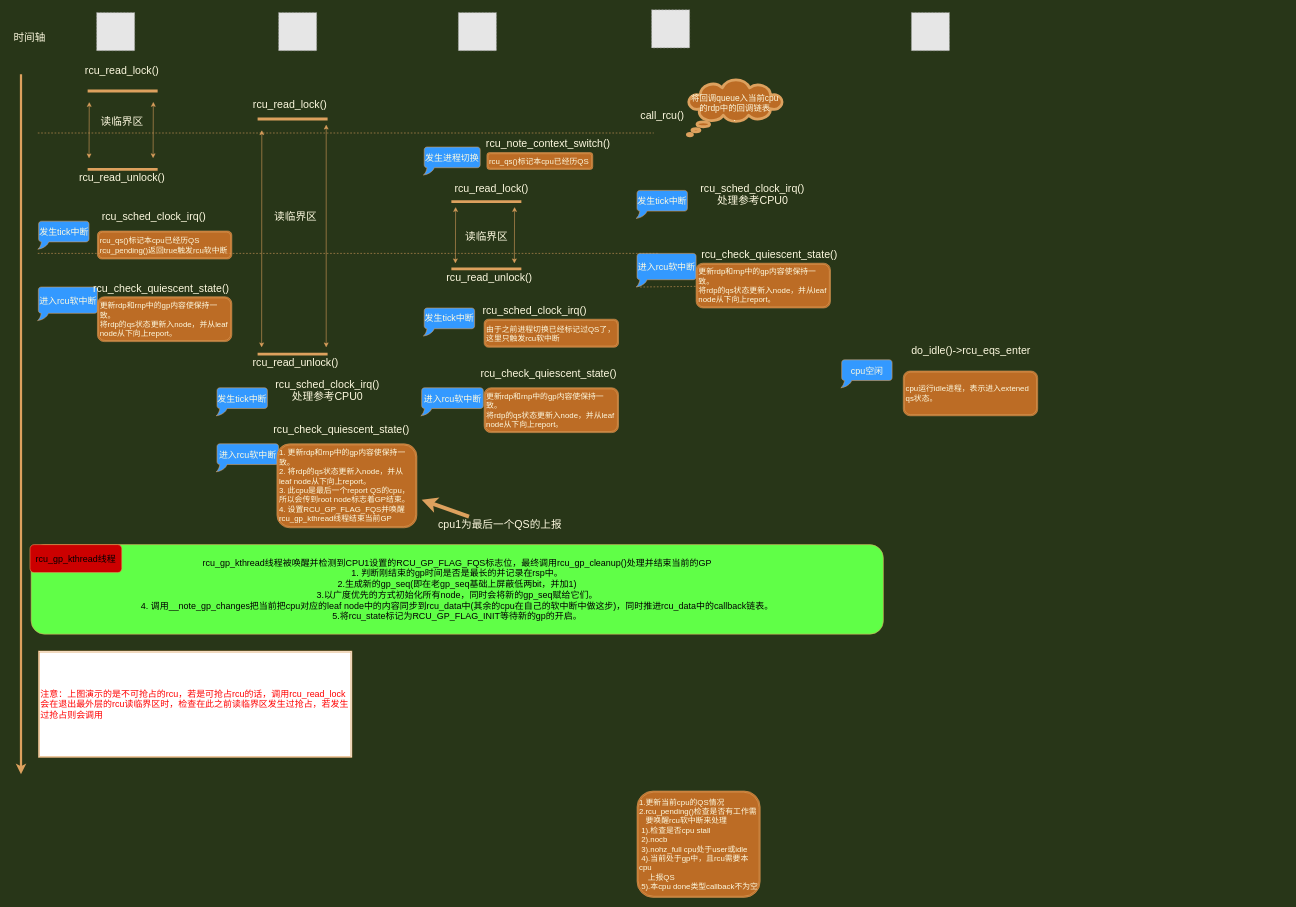
Above: Untitled Diagram.drawio in YanfeiXu/LinuxerYann (draw.io), before the change. Source tidied: cells renumbered, new cells numbered last; positions are measured from the earlier drawing's top-left corner, leaving out a move shared by most shapes. Both pictures are drawn from the tidied source at 56%, with x=0, y=0 at pixel (10, 10). Pictures stored in the file or linked from it are replaced by grey dashed boxes.
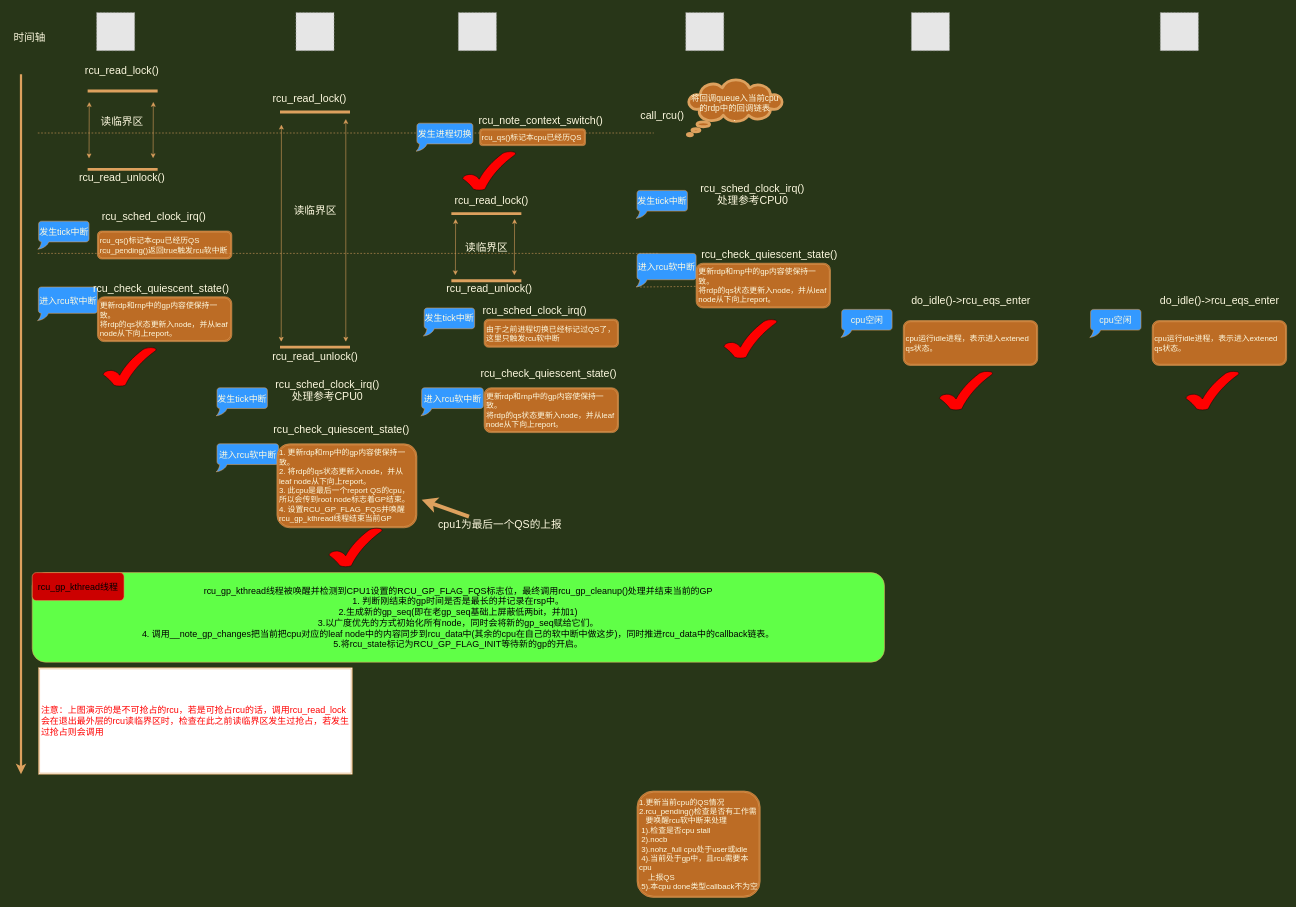
Above is the later version.

Change to the diagram source:
```diff
@@
     <mxCell id="17" style="fillColor=#E6E6E6;strokeColor=#999999;dashed=1;html=1;verticalAlign=top;verticalLabelPosition=bottom;labelBackgroundColor=#ffffff;fontColor=#FEFAE0;align=left;" parent="1" vertex="1">
-      <mxGeometry x="480" y="5" width="68" height="68" as="geometry" />
+      <mxGeometry x="511" y="5" width="68" height="68" as="geometry" />
     </mxCell>
     <mxCell id="18" style="fillColor=#E6E6E6;strokeColor=#999999;dashed=1;html=1;verticalAlign=top;verticalLabelPosition=bottom;labelBackgroundColor=#ffffff;fontColor=#FEFAE0;align=left;" parent="1" vertex="1">
-      <mxGeometry x="1146" width="68" height="68" as="geometry" />
+      <mxGeometry x="1207" y="5" width="68" height="68" as="geometry" />
     </mxCell>
     <mxCell id="19" style="shape=partialRectangle;whiteSpace=wrap;html=1;left=0;right=0;fillColor=none;rounded=0;sketch=0;fontColor=#FEFAE0;strokeColor=#DDA15E;strokeWidth=5;" parent="1" vertex="1">
-      <mxGeometry x="445" y="195" width="120" height="420" as="geometry" />
+      <mxGeometry x="485" y="182.5" width="120" height="420" as="geometry" />
     </mxCell>
     <mxCell id="20" value="读临界区" style="text;html=1;align=center;verticalAlign=middle;fillColor=none;strokeColor=none;rounded=0;sketch=0;fontColor=#FEFAE0;fontSize=19;" parent="1" vertex="1">
-      <mxGeometry x="465" y="355" width="90" height="30" as="geometry" />
+      <mxGeometry x="500" y="345" width="90" height="30" as="geometry" />
     </mxCell>
     <mxCell id="21" value="rcu_read_lock()" style="text;html=1;align=center;verticalAlign=middle;fillColor=none;strokeColor=none;rounded=0;sketch=0;fontColor=#FEFAE0;fontSize=19;" parent="1" vertex="1">
-      <mxGeometry x="425" y="155" width="150" height="30" as="geometry" />
+      <mxGeometry x="460" y="145" width="150" height="30" as="geometry" />
     </mxCell>
     <mxCell id="22" value="rcu_read_unlock()" style="text;html=1;align=center;verticalAlign=middle;fillColor=none;strokeColor=none;rounded=0;sketch=0;fontColor=#FEFAE0;fontSize=19;" parent="1" vertex="1">
-      <mxGeometry x="425" y="615" width="170" height="30" as="geometry" />
+      <mxGeometry x="460" y="605" width="170" height="30" as="geometry" />
     </mxCell>
     <mxCell id="23" style="endArrow=classic;startArrow=classic;html=1;fontColor=#FEFAE0;strokeColor=#DDA15E;fillColor=#BC6C25;" parent="1" edge="1">
       <mxGeometry relative="1" as="geometry">
-        <mxPoint x="449.7" y="602.8" as="sourcePoint" />
-        <mxPoint x="450" y="215" as="targetPoint" />
+        <mxPoint x="484.7" y="592.8" as="sourcePoint" />
+        <mxPoint x="485" y="205" as="targetPoint" />
       </mxGeometry>
     </mxCell>
     <mxCell id="24" style="endArrow=classic;startArrow=classic;html=1;fontColor=#FEFAE0;strokeColor=#DDA15E;fillColor=#BC6C25;" parent="1" edge="1">
       <mxGeometry relative="1" as="geometry">
-        <mxPoint x="565" y="602.8" as="sourcePoint" />
-        <mxPoint x="565" y="205" as="targetPoint" />
+        <mxPoint x="600" y="592.8" as="sourcePoint" />
+        <mxPoint x="600" y="195" as="targetPoint" />
       </mxGeometry>
     </mxCell>
@@
     <mxCell id="28" style="shape=partialRectangle;whiteSpace=wrap;html=1;left=0;right=0;fillColor=none;rounded=0;sketch=0;fontColor=#FEFAE0;strokeColor=#DDA15E;strokeWidth=5;" parent="1" vertex="1">
-      <mxGeometry x="791" y="342.5" width="120" height="120" as="geometry" />
+      <mxGeometry x="791" y="363.8" width="120" height="120" as="geometry" />
     </mxCell>
     <mxCell id="29" value="读临界区" style="text;html=1;align=center;verticalAlign=middle;fillColor=none;strokeColor=none;rounded=0;sketch=0;fontColor=#FEFAE0;fontSize=19;" parent="1" vertex="1">
-      <mxGeometry x="806" y="390" width="90" height="30" as="geometry" />
+      <mxGeometry x="806" y="411.2" width="90" height="30" as="geometry" />
     </mxCell>
     <mxCell id="30" value="rcu_read_lock()" style="text;html=1;align=center;verticalAlign=middle;fillColor=none;strokeColor=none;rounded=0;sketch=0;fontColor=#FEFAE0;fontSize=19;" parent="1" vertex="1">
-      <mxGeometry x="785" y="305" width="150" height="30" as="geometry" />
+      <mxGeometry x="785" y="326.2" width="150" height="30" as="geometry" />
     </mxCell>
     <mxCell id="31" value="rcu_read_unlock()" style="text;html=1;align=center;verticalAlign=middle;fillColor=none;strokeColor=none;rounded=0;sketch=0;fontColor=#FEFAE0;fontSize=19;" parent="1" vertex="1">
-      <mxGeometry x="771" y="462.5" width="170" height="30" as="geometry" />
+      <mxGeometry x="771" y="483.8" width="170" height="30" as="geometry" />
     </mxCell>
     <mxCell id="32" style="endArrow=classic;startArrow=classic;html=1;fontColor=#FEFAE0;strokeColor=#DDA15E;fillColor=#BC6C25;exitX=0.174;exitY=0.018;exitDx=0;exitDy=0;exitPerimeter=0;" parent="1" edge="1">
       <mxGeometry relative="1" as="geometry">
-        <mxPoint x="901" y="452.8" as="sourcePoint" />
-        <mxPoint x="901.4" y="352.2" as="targetPoint" />
+        <mxPoint x="901" y="474" as="sourcePoint" />
+        <mxPoint x="901.4" y="373.5" as="targetPoint" />
       </mxGeometry>
     </mxCell>
     <mxCell id="33" style="endArrow=classic;startArrow=classic;html=1;fontColor=#FEFAE0;strokeColor=#DDA15E;fillColor=#BC6C25;exitX=0.174;exitY=0.018;exitDx=0;exitDy=0;exitPerimeter=0;" parent="1" edge="1">
       <mxGeometry relative="1" as="geometry">
-        <mxPoint x="795.7" y="452.8" as="sourcePoint" />
-        <mxPoint x="796.1" y="352.2" as="targetPoint" />
+        <mxPoint x="795.7" y="474" as="sourcePoint" />
+        <mxPoint x="796.1" y="373.5" as="targetPoint" />
       </mxGeometry>
     </mxCell>
@@
     <mxCell id="42" value="发生进程切换" style="whiteSpace=wrap;html=1;shape=mxgraph.basic.roundRectCallout;dx=7.8;dy=13;size=5;boundedLbl=1;rounded=0;sketch=0;fontColor=#FEFAE0;strokeColor=#DDA15E;fontSize=16;fillColor=#3399FF;" parent="1" vertex="1">
-      <mxGeometry x="740" y="245" width="100" height="50" as="geometry" />
+      <mxGeometry x="727" y="202.5" width="100" height="50" as="geometry" />
     </mxCell>
     <mxCell id="43" value="rcu_note_context_switch()&lt;br&gt;" style="text;html=1;align=center;verticalAlign=middle;fillColor=none;strokeColor=none;rounded=0;sketch=0;fontColor=#FEFAE0;fontSize=19;" parent="1" vertex="1">
-      <mxGeometry x="841" y="225" width="240" height="30" as="geometry" />
+      <mxGeometry x="828" y="182.5" width="240" height="30" as="geometry" />
     </mxCell>
     <mxCell id="44" value="&lt;span style=&quot;font-size: 14px;&quot;&gt;rcu_qs()标记本cpu已经历QS&lt;br style=&quot;font-size: 14px;&quot;&gt;&lt;/span&gt;" style="shape=ext;double=1;rounded=1;whiteSpace=wrap;html=1;sketch=0;fontColor=#FEFAE0;strokeColor=#DDA15E;fillColor=#BC6C25;align=left;fontSize=14;" parent="1" vertex="1">
-      <mxGeometry x="852" y="255" width="189" height="30" as="geometry" />
+      <mxGeometry x="839" y="212.5" width="189" height="30" as="geometry" />
     </mxCell>
@@
     <mxCell id="51" value="&lt;font color=&quot;#000000&quot;&gt;rcu_gp_kthread线程被唤醒并检测到CPU1设置的RCU_GP_FLAG_FQS标志位，最终调用rcu_gp_cleanup()处理并结束当前的GP&lt;br&gt;1. 判断刚结束的gp时间是否是最长的并记录在rsp中。&lt;br&gt;&lt;div&gt;&lt;span&gt;2.生成新的gp_seq(即在老gp_seq基础上屏蔽低两bit，并加1)&lt;/span&gt;&lt;/div&gt;&lt;div&gt;&lt;span&gt;3.以广度优先的方式初始化所有node，同时会将新的gp_seq赋给它们。&lt;/span&gt;&lt;/div&gt;&lt;div&gt;&lt;span&gt;4. 调用__note_gp_changes把当前把cpu对应的leaf node中的内容同步到rcu_data中(其余的cpu在自己的软中断中做这步)，同时推进rcu_data中的callback链表。&lt;/span&gt;&lt;/div&gt;&lt;div&gt;&lt;span&gt;5.将rcu_state标记为RCU_GP_FLAG_INIT等待新的gp的开启。&lt;/span&gt;&lt;/div&gt;&lt;/font&gt;" style="rounded=1;whiteSpace=wrap;html=1;sketch=0;fontSize=16;strokeColor=#DDA15E;align=center;fillColor=#60FF47;fontColor=#33FFFF;" parent="1" vertex="1">
-      <mxGeometry x="38" y="955" width="1522" height="160" as="geometry" />
+      <mxGeometry x="40" y="1005" width="1522" height="160" as="geometry" />
     </mxCell>
     <mxCell id="52" value="&lt;font color=&quot;#000000&quot;&gt;rcu_gp_kthread线程&lt;/font&gt;" style="rounded=1;whiteSpace=wrap;html=1;sketch=0;fontSize=16;strokeColor=#DDA15E;align=center;fontColor=#FF0000;fillColor=#CC0000;" parent="1" vertex="1">
-      <mxGeometry x="36" y="955" width="164" height="50" as="geometry" />
+      <mxGeometry x="40" y="1005" width="164" height="50" as="geometry" />
     </mxCell>
@@
     <mxCell id="58" value="注意：上图演示的是不可抢占的rcu，若是可抢占rcu的话，调用rcu_read_lock会在退出最外层的rcu读临界区时，检查在此之前读临界区发生过抢占，若发生过抢占则会调用" style="shape=ext;double=1;rounded=0;whiteSpace=wrap;html=1;sketch=0;fontSize=16;fontColor=#FF0000;strokeColor=#DDA15E;align=left;fillColor=#FFFFFF;" parent="1" vertex="1">
-      <mxGeometry x="51" y="1145" width="560" height="190" as="geometry" />
+      <mxGeometry x="51.5" y="1175" width="560" height="190" as="geometry" />
     </mxCell>
@@
     <mxCell id="63" value="do_idle()-&amp;gt;rcu_eqs_enter" style="text;html=1;align=center;verticalAlign=middle;fillColor=none;strokeColor=none;rounded=0;sketch=0;fontColor=#FEFAE0;fontSize=19;" parent="1" vertex="1">
-      <mxGeometry x="1600.5" y="595" width="230" height="30" as="geometry" />
+      <mxGeometry x="1600.5" y="505" width="230" height="30" as="geometry" />
     </mxCell>
     <mxCell id="64" value="cpu空闲" style="whiteSpace=wrap;html=1;shape=mxgraph.basic.roundRectCallout;dx=7.8;dy=13;size=5;boundedLbl=1;rounded=0;sketch=0;fontColor=#FEFAE0;strokeColor=#DDA15E;fontSize=16;fillColor=#3399FF;" parent="1" vertex="1">
-      <mxGeometry x="1485.5" y="625" width="90" height="50" as="geometry" />
+      <mxGeometry x="1485.5" y="535" width="90" height="50" as="geometry" />
     </mxCell>
     <mxCell id="65" value="&lt;span style=&quot;font-size: 14px&quot;&gt;cpu运行idle进程，表示进入extened qs状态。&lt;/span&gt;" style="shape=ext;double=1;rounded=1;whiteSpace=wrap;html=1;sketch=0;fontColor=#FEFAE0;strokeColor=#DDA15E;fillColor=#BC6C25;align=left;" parent="1" vertex="1">
-      <mxGeometry x="1595.5" y="645" width="240" height="80" as="geometry" />
+      <mxGeometry x="1595.5" y="555" width="240" height="80" as="geometry" />
     </mxCell>
+    <mxCell id="66" style="fillColor=#E6E6E6;strokeColor=#999999;dashed=1;html=1;verticalAlign=top;verticalLabelPosition=bottom;labelBackgroundColor=#ffffff;fontColor=#FEFAE0;align=left;" parent="1" vertex="1">
+      <mxGeometry x="2054.5" y="5" width="68" height="68" as="geometry" />
+    </mxCell>
+    <mxCell id="67" value="do_idle()-&amp;gt;rcu_eqs_enter" style="text;html=1;align=center;verticalAlign=middle;fillColor=none;strokeColor=none;rounded=0;sketch=0;fontColor=#FEFAE0;fontSize=19;" parent="1" vertex="1">
+      <mxGeometry x="2045" y="505" width="230" height="30" as="geometry" />
+    </mxCell>
+    <mxCell id="68" value="cpu空闲" style="whiteSpace=wrap;html=1;shape=mxgraph.basic.roundRectCallout;dx=7.8;dy=13;size=5;boundedLbl=1;rounded=0;sketch=0;fontColor=#FEFAE0;strokeColor=#DDA15E;fontSize=16;fillColor=#3399FF;" parent="1" vertex="1">
+      <mxGeometry x="1930" y="535" width="90" height="50" as="geometry" />
+    </mxCell>
+    <mxCell id="69" value="&lt;span style=&quot;font-size: 14px&quot;&gt;cpu运行idle进程，表示进入extened qs状态。&lt;/span&gt;" style="shape=ext;double=1;rounded=1;whiteSpace=wrap;html=1;sketch=0;fontColor=#FEFAE0;strokeColor=#DDA15E;fillColor=#BC6C25;align=left;" parent="1" vertex="1">
+      <mxGeometry x="2040" y="555" width="240" height="80" as="geometry" />
+    </mxCell>
+    <mxCell id="70" style="verticalLabelPosition=bottom;verticalAlign=top;html=1;shape=mxgraph.basic.tick;rounded=0;sketch=0;fontSize=19;fontColor=#FF0000;strokeColor=#120D08;align=center;fillColor=#FF0000;" parent="1" vertex="1">
+      <mxGeometry x="166.5" y="602.5" width="95" height="70" as="geometry" />
+    </mxCell>
+    <mxCell id="71" style="verticalLabelPosition=bottom;verticalAlign=top;html=1;shape=mxgraph.basic.tick;rounded=0;sketch=0;fontSize=19;fontColor=#FF0000;strokeColor=#120D08;align=center;fillColor=#FF0000;" parent="1" vertex="1">
+      <mxGeometry x="570" y="925" width="95" height="70" as="geometry" />
+    </mxCell>
+    <mxCell id="72" style="verticalLabelPosition=bottom;verticalAlign=top;html=1;shape=mxgraph.basic.tick;rounded=0;sketch=0;fontSize=19;fontColor=#FF0000;strokeColor=#120D08;align=center;fillColor=#FF0000;" parent="1" vertex="1">
+      <mxGeometry x="808.5" y="252.5" width="95" height="70" as="geometry" />
+    </mxCell>
+    <mxCell id="73" style="verticalLabelPosition=bottom;verticalAlign=top;html=1;shape=mxgraph.basic.tick;rounded=0;sketch=0;fontSize=19;fontColor=#FF0000;strokeColor=#120D08;align=center;fillColor=#FF0000;" parent="1" vertex="1">
+      <mxGeometry x="1275" y="552.5" width="95" height="70" as="geometry" />
+    </mxCell>
+    <mxCell id="74" style="verticalLabelPosition=bottom;verticalAlign=top;html=1;shape=mxgraph.basic.tick;rounded=0;sketch=0;fontSize=19;fontColor=#FF0000;strokeColor=#120D08;align=center;fillColor=#FF0000;" parent="1" vertex="1">
+      <mxGeometry x="1660" y="645" width="95" height="70" as="geometry" />
+    </mxCell>
+    <mxCell id="75" style="verticalLabelPosition=bottom;verticalAlign=top;html=1;shape=mxgraph.basic.tick;rounded=0;sketch=0;fontSize=19;fontColor=#FF0000;strokeColor=#120D08;align=center;fillColor=#FF0000;" parent="1" vertex="1">
+      <mxGeometry x="2100" y="645" width="95" height="70" as="geometry" />
+    </mxCell>
```
